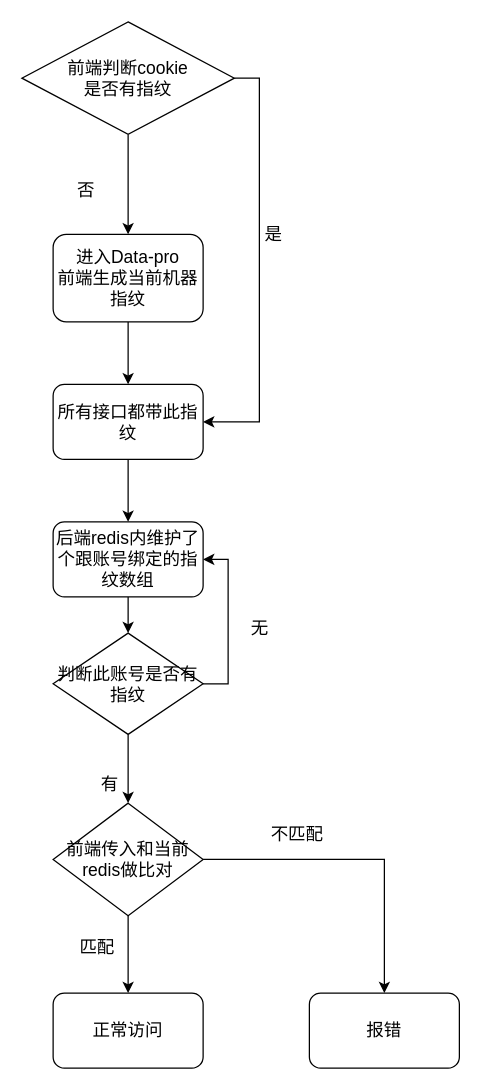
Before: page "前端生成" (1 of 2) of 后端流程.drawio in kitions/DrawIO, a draw.io diagram. Source tidied: cells renumbered, new cells numbered last; positions are measured from the earlier drawing's top-left corner, leaving out a move shared by most shapes. Both pictures are drawn from the tidied source at 125%, with x=0, y=0 at pixel (21, 21).
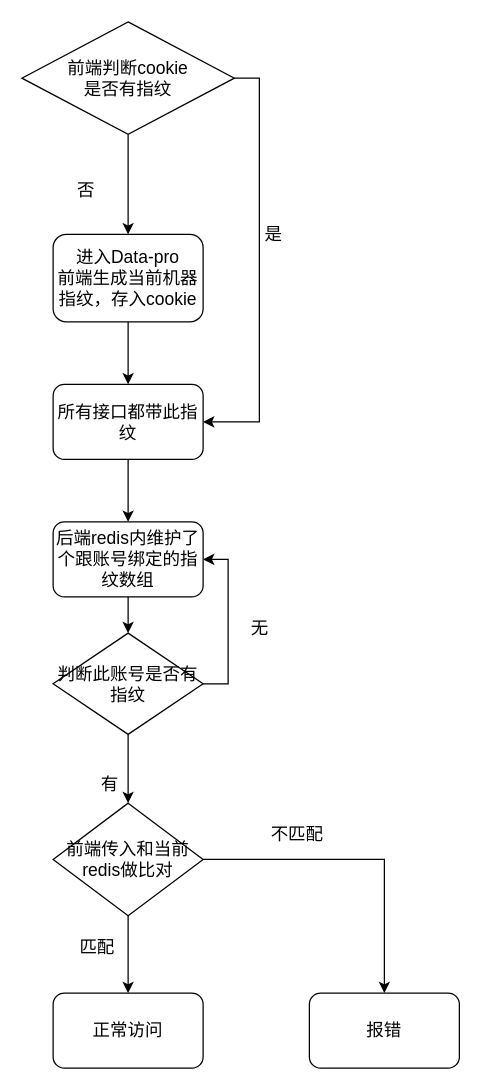
The same diagram, later.

Commit message:
更新后端流程.drawio

Change to the diagram source:
```diff
@@
-    <mxCell id="3" value="进入Data-pro &lt;br&gt;前端生成当前机器指纹" style="rounded=1;whiteSpace=wrap;html=1;fontSize=14;glass=0;strokeWidth=1;shadow=0;" parent="1" vertex="1">
+    <mxCell id="3" value="进入Data-pro &lt;br&gt;前端生成当前机器指纹，存入cookie" style="rounded=1;whiteSpace=wrap;html=1;fontSize=14;glass=0;strokeWidth=1;shadow=0;" parent="1" vertex="1">
       <mxGeometry x="25" y="170" width="120" height="70" as="geometry" />
     </mxCell>
```
